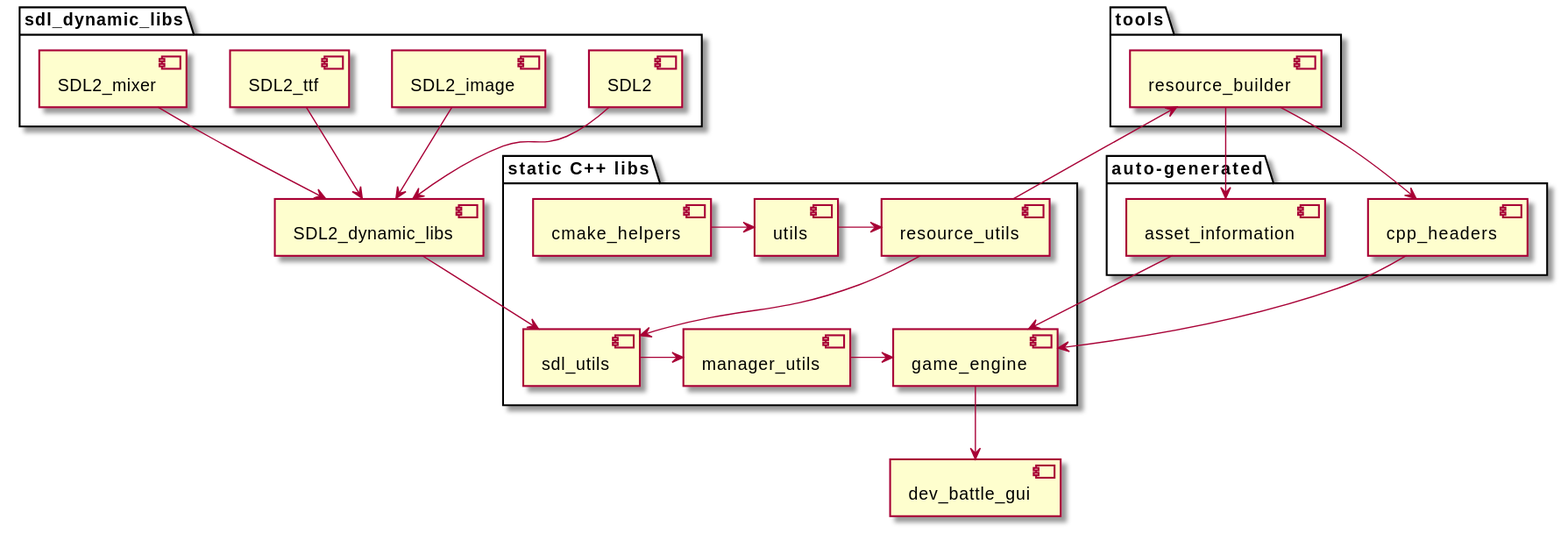
This is doc/dev_battle_gui_hierarchy_diagram.svg from zhivkopetrov/dev_battle, a PlantUML export, as it was before one commit. Its source is kept beside it as doc/dev_battle_gui_hierarchy_diagram.plantuml.
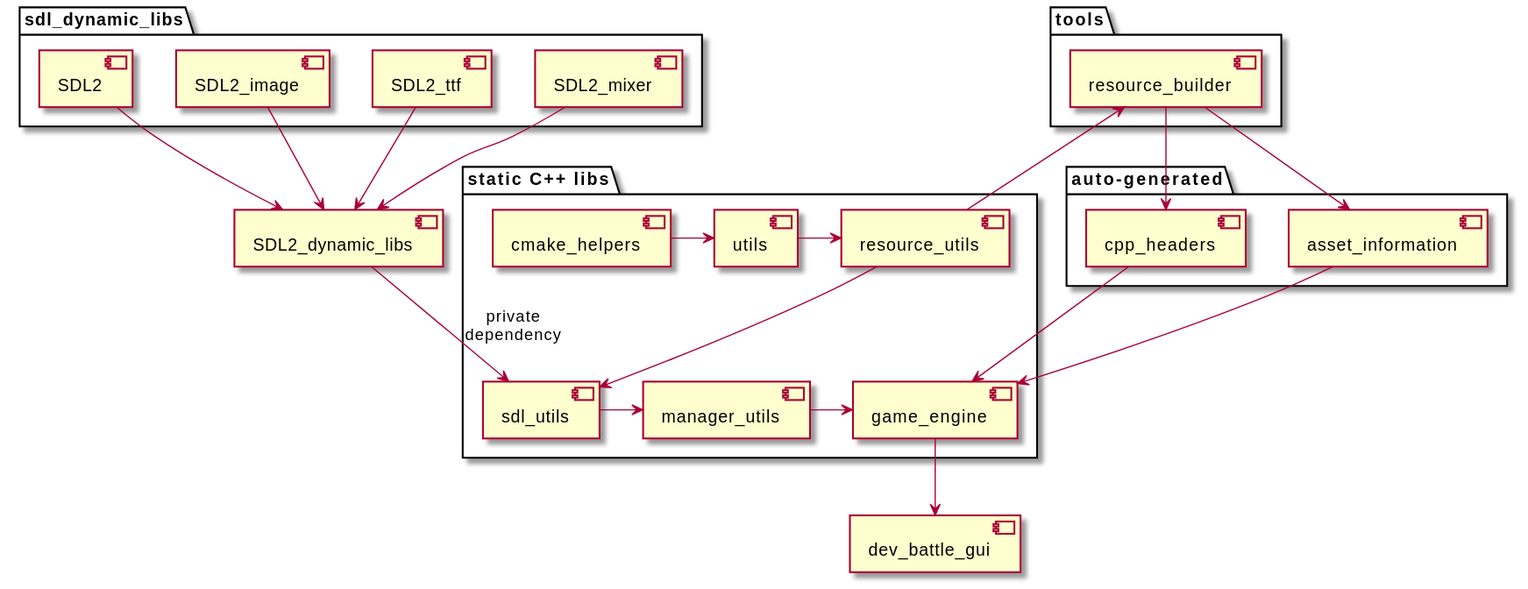
Later version of the same file.

Commit message:
docs: update dependency diagram

The edit, as a diff of the source:
```diff
@@ -47,6 +47,6 @@
 SDL2_ttf --> SDL2_dynamic_libs
 SDL2_mixer --> SDL2_dynamic_libs
 
-SDL2_dynamic_libs --> sdl_utils
+SDL2_dynamic_libs --> sdl_utils : private\ndependency
 
 @enduml
```
